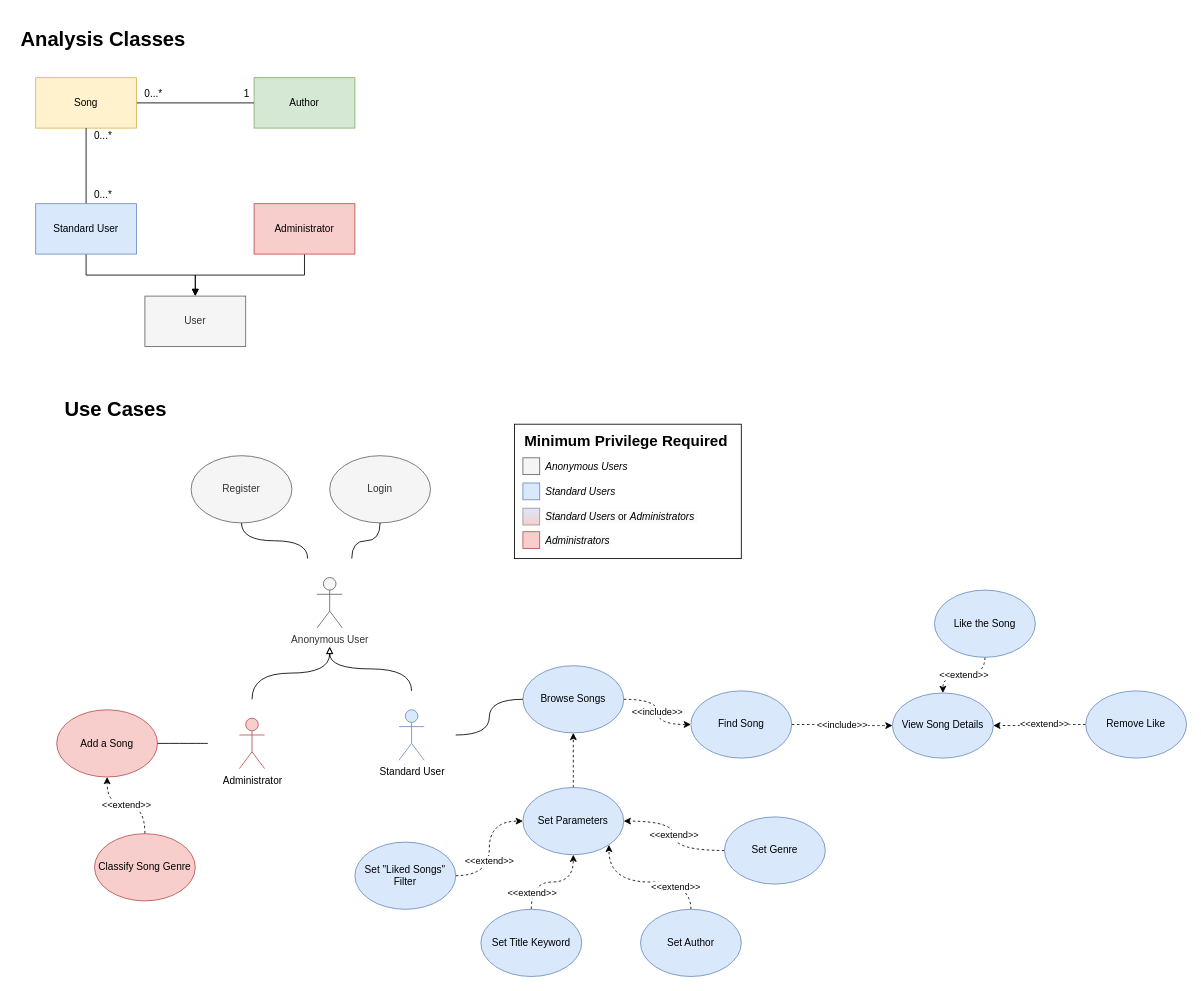
Earlier version of the draw.io diagram UML.drawio (danielecioffo/SoundHabit). Source tidied: cells renumbered, new cells numbered last; positions are measured from the earlier drawing's top-left corner, leaving out a move shared by most shapes. Both pictures are drawn from the tidied source at 84%, with x=0, y=0 at pixel (14, 18).
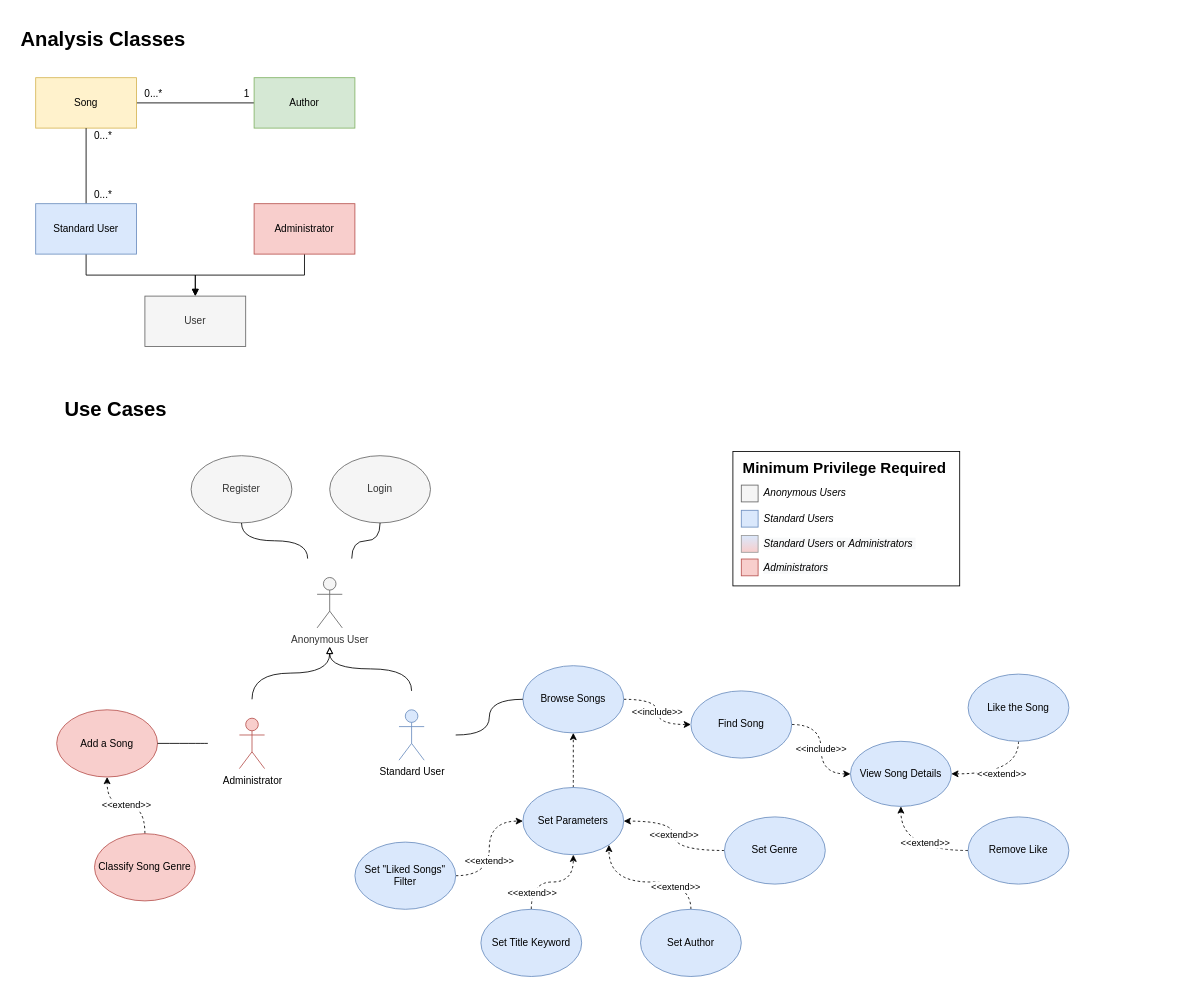
The same diagram, later.

Diff of the diagram source:
```diff
@@
     <mxCell id="2" style="whiteSpace=wrap;html=1;align=left;" parent="1" vertex="1">
-      <mxGeometry x="595" y="482.5" width="270" height="160" as="geometry" />
+      <mxGeometry x="855" y="515" width="270" height="160" as="geometry" />
     </mxCell>
@@
     <mxCell id="46" value="View Song Details" style="ellipse;whiteSpace=wrap;html=1;fillColor=#dae8fc;strokeColor=#6c8ebf;" parent="1" vertex="1">
-      <mxGeometry x="1045" y="802.5" width="120" height="77.5" as="geometry" />
+      <mxGeometry x="995" y="860" width="120" height="77.5" as="geometry" />
     </mxCell>
-    <mxCell id="47" value="&amp;lt;&amp;lt;extend&amp;gt;&amp;gt;" style="edgeStyle=orthogonalEdgeStyle;curved=1;rounded=0;jettySize=auto;html=1;exitX=0.5;exitY=1;exitDx=0;exitDy=0;dashed=1;endArrow=classic;endFill=1;entryX=0.5;entryY=0;entryDx=0;entryDy=0;" parent="1" edge="1" source="48" target="46">
+    <mxCell id="47" value="&amp;lt;&amp;lt;extend&amp;gt;&amp;gt;" style="edgeStyle=orthogonalEdgeStyle;curved=1;rounded=0;jettySize=auto;html=1;exitX=0.5;exitY=1;exitDx=0;exitDy=0;dashed=1;endArrow=classic;endFill=1;entryX=1;entryY=0.5;entryDx=0;entryDy=0;" parent="1" edge="1" source="48" target="46">
       <mxGeometry relative="1" as="geometry" />
     </mxCell>
     <mxCell id="48" value="Like the Song" style="ellipse;whiteSpace=wrap;html=1;fillColor=#dae8fc;strokeColor=#6c8ebf;" parent="1" vertex="1">
-      <mxGeometry x="1095" y="680" width="120" height="80" as="geometry" />
+      <mxGeometry x="1135" y="780" width="120" height="80" as="geometry" />
     </mxCell>
@@
-    <mxCell id="51" style="edgeStyle=orthogonalEdgeStyle;curved=1;rounded=0;jettySize=auto;html=1;exitX=0;exitY=0.5;exitDx=0;exitDy=0;entryX=1;entryY=0.5;entryDx=0;entryDy=0;dashed=1;startArrow=none;startFill=0;endArrow=classic;endFill=1;" parent="1" edge="1" source="53" target="46">
+    <mxCell id="51" style="edgeStyle=orthogonalEdgeStyle;curved=1;rounded=0;jettySize=auto;html=1;exitX=0;exitY=0.5;exitDx=0;exitDy=0;entryX=0.5;entryY=1;entryDx=0;entryDy=0;dashed=1;startArrow=none;startFill=0;endArrow=classic;endFill=1;" parent="1" edge="1" source="53" target="46">
       <mxGeometry relative="1" as="geometry" />
     </mxCell>
     <mxCell id="52" value="&amp;lt;&amp;lt;extend&amp;gt;&amp;gt;" style="edgeLabel;html=1;align=center;verticalAlign=middle;" parent="51" vertex="1">
       <mxGeometry x="0.02" y="-15" relative="1" as="geometry">
-        <mxPoint x="5.7" y="13.7" as="offset" />
+        <mxPoint x="16.7" y="5" as="offset" />
       </mxGeometry>
     </mxCell>
     <mxCell id="53" value="Remove Like" style="ellipse;whiteSpace=wrap;html=1;fillColor=#dae8fc;strokeColor=#6c8ebf;" parent="1" vertex="1">
-      <mxGeometry x="1275" y="800" width="120" height="80" as="geometry" />
+      <mxGeometry x="1135" y="950" width="120" height="80" as="geometry" />
     </mxCell>
     <mxCell id="54" value="&lt;h2&gt;Minimum Privilege Required&lt;/h2&gt;" style="text;html=1;align=left;verticalAlign=middle;" parent="1" vertex="1">
-      <mxGeometry x="605" y="477.5" width="260" height="50" as="geometry" />
+      <mxGeometry x="865" y="510" width="260" height="50" as="geometry" />
     </mxCell>
     <mxCell id="55" style="whiteSpace=wrap;html=1;strokeColor=#6c8ebf;fillColor=#dae8fc;" parent="1" vertex="1">
-      <mxGeometry x="605" y="552.5" width="20" height="20" as="geometry" />
+      <mxGeometry x="865" y="585" width="20" height="20" as="geometry" />
     </mxCell>
     <mxCell id="56" value="&lt;p&gt;&lt;i&gt;Anonymous Users&lt;/i&gt;&lt;/p&gt;" style="text;html=1;align=left;verticalAlign=middle;" parent="1" vertex="1">
-      <mxGeometry x="630" y="512.5" width="110" height="40" as="geometry" />
+      <mxGeometry x="890" y="545" width="110" height="40" as="geometry" />
     </mxCell>
     <mxCell id="57" value="&lt;p&gt;&lt;i&gt;Standard Users&lt;/i&gt;&lt;/p&gt;" style="text;html=1;align=left;verticalAlign=middle;" parent="1" vertex="1">
-      <mxGeometry x="630" y="542.5" width="100" height="40" as="geometry" />
+      <mxGeometry x="890" y="575" width="100" height="40" as="geometry" />
     </mxCell>
     <mxCell id="58" value="&lt;i style=&quot;color: rgb(0 , 0 , 0) ; font-family: &amp;#34;helvetica&amp;#34; ; font-size: 12px ; font-weight: 400 ; letter-spacing: normal ; text-align: left ; text-indent: 0px ; text-transform: none ; word-spacing: 0px ; background-color: rgb(248 , 249 , 250)&quot;&gt;Standard Users &lt;/i&gt;&lt;span style=&quot;color: rgb(0 , 0 , 0) ; font-family: &amp;#34;helvetica&amp;#34; ; font-size: 12px ; font-weight: 400 ; letter-spacing: normal ; text-align: left ; text-indent: 0px ; text-transform: none ; word-spacing: 0px ; background-color: rgb(248 , 249 , 250)&quot;&gt;or &lt;/span&gt;&lt;i style=&quot;color: rgb(0 , 0 , 0) ; font-family: &amp;#34;helvetica&amp;#34; ; font-size: 12px ; font-weight: 400 ; letter-spacing: normal ; text-align: left ; text-indent: 0px ; text-transform: none ; word-spacing: 0px ; background-color: rgb(248 , 249 , 250)&quot;&gt;Administrators&amp;nbsp;&lt;/i&gt;" style="text;whiteSpace=wrap;html=1;" parent="1" vertex="1">
-      <mxGeometry x="630" y="578.5" width="190" height="30" as="geometry" />
+      <mxGeometry x="890" y="611" width="190" height="30" as="geometry" />
     </mxCell>
     <mxCell id="59" style="whiteSpace=wrap;html=1;strokeColor=#666666;fillColor=#f5f5f5;fontColor=#333333;" parent="1" vertex="1">
-      <mxGeometry x="605" y="522.5" width="20" height="20" as="geometry" />
+      <mxGeometry x="865" y="555" width="20" height="20" as="geometry" />
     </mxCell>
     <mxCell id="60" style="whiteSpace=wrap;html=1;strokeColor=#999999;fillColor=#DAE8FC;gradientColor=#F8CECC;gradientDirection=south;" parent="1" vertex="1">
-      <mxGeometry x="605" y="582.5" width="20" height="20" as="geometry" />
+      <mxGeometry x="865" y="615" width="20" height="20" as="geometry" />
     </mxCell>
     <mxCell id="61" style="whiteSpace=wrap;html=1;strokeColor=#b85450;fillColor=#f8cecc;gradientDirection=south;" parent="1" vertex="1">
-      <mxGeometry x="605" y="610.5" width="20" height="20" as="geometry" />
+      <mxGeometry x="865" y="643" width="20" height="20" as="geometry" />
     </mxCell>
     <mxCell id="62" value="&lt;i style=&quot;color: rgb(0 , 0 , 0) ; font-family: &amp;#34;helvetica&amp;#34; ; font-size: 12px ; font-weight: 400 ; letter-spacing: normal ; text-align: left ; text-indent: 0px ; text-transform: none ; word-spacing: 0px ; background-color: rgb(248 , 249 , 250)&quot;&gt;Administrators&lt;/i&gt;" style="text;whiteSpace=wrap;html=1;" parent="1" vertex="1">
-      <mxGeometry x="630" y="607.5" width="190" height="30" as="geometry" />
+      <mxGeometry x="890" y="640" width="190" height="30" as="geometry" />
     </mxCell>
```
